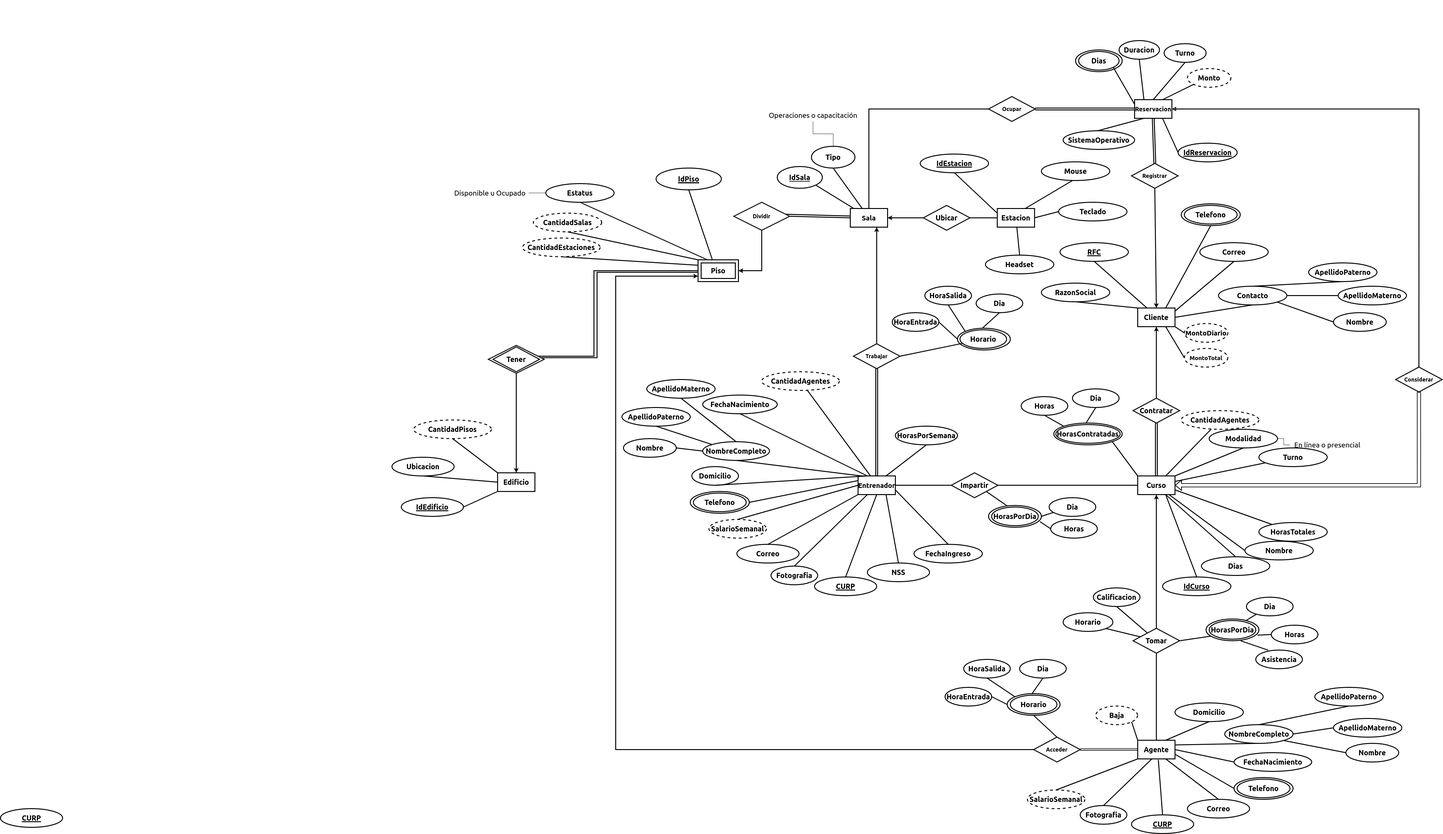
Earlier version of the draw.io export ProyectoFinal/Diagramas/ER.png (frgaray/FBD-2023-1). Source tidied: cells renumbered, new cells last; positions are measured from the earlier drawing's top-left corner, leaving out a move shared by most shapes.
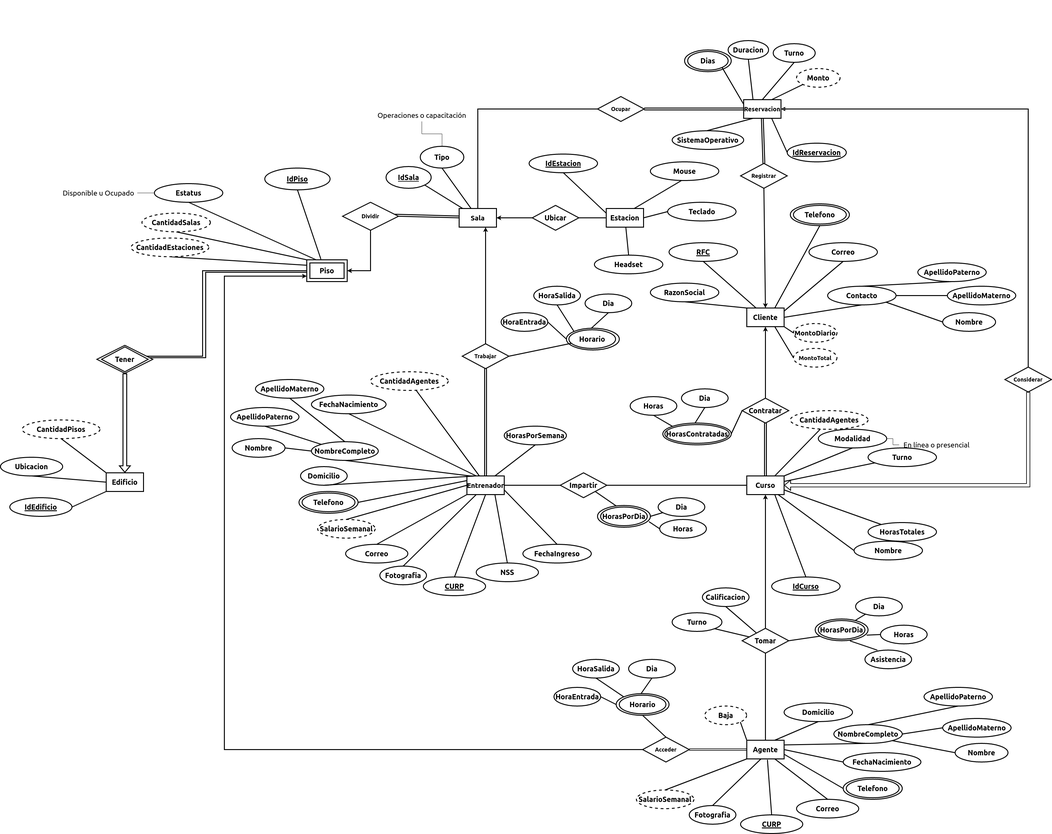
Above is the later version.

What changed in the source:
```diff
@@ -2,9 +2,6 @@
   <root>
     <mxCell id="0" />
     <mxCell id="1" parent="0" />
-    <mxCell id="2" value="&lt;u&gt;CURP&lt;/u&gt;" style="ellipse;whiteSpace=wrap;html=1;strokeWidth=3;fontSize=23;fontStyle=1;" parent="1" vertex="1">
-      <mxGeometry y="2600" width="200" height="60" as="geometry" />
-    </mxCell>
     <mxCell id="3" value="&lt;font style=&quot;font-size: 23px;&quot;&gt;Agente&lt;/font&gt;" style="rounded=0;whiteSpace=wrap;html=1;strokeWidth=3;fontStyle=1;" parent="1" vertex="1">
       <mxGeometry x="3660" y="2380" width="120" height="60" as="geometry" />
     </mxCell>
@@ -150,7 +147,7 @@
     <mxCell id="46" value="FechaNacimiento" style="ellipse;whiteSpace=wrap;html=1;strokeWidth=3;fontSize=23;fontStyle=1;" parent="1" vertex="1">
       <mxGeometry x="3970" y="2420" width="250" height="60" as="geometry" />
     </mxCell>
-    <mxCell id="47" value="Horario" style="ellipse;whiteSpace=wrap;html=1;strokeWidth=3;fontSize=23;fontStyle=1;" parent="1" vertex="1">
+    <mxCell id="47" value="Turno" style="ellipse;whiteSpace=wrap;html=1;strokeWidth=3;fontSize=23;fontStyle=1;" parent="1" vertex="1">
       <mxGeometry x="3420" y="1970" width="160" height="60" as="geometry" />
     </mxCell>
     <mxCell id="48" value="Correo" style="ellipse;whiteSpace=wrap;html=1;strokeWidth=3;fontSize=23;fontStyle=1;" parent="1" vertex="1">
@@ -210,7 +207,7 @@
     <mxCell id="66" value="&lt;span style=&quot;font-size: 23px;&quot;&gt;Tener&lt;/span&gt;" style="rhombus;whiteSpace=wrap;html=1;strokeWidth=3;fontSize=18;fontStyle=1;" parent="1" vertex="1">
       <mxGeometry x="1570" y="1110" width="180" height="90" as="geometry" />
     </mxCell>
-    <mxCell id="67" style="endArrow=classic;html=1;rounded=0;strokeWidth=3;fontSize=23;exitX=0.5;exitY=1;exitDx=0;exitDy=0;edgeStyle=orthogonalEdgeStyle;elbow=vertical;fontStyle=1;entryX=0.5;entryY=0;entryDx=0;entryDy=0;" parent="1" edge="1" source="66" target="4">
+    <mxCell id="67" style="endArrow=classic;html=1;rounded=0;strokeWidth=3;fontSize=23;exitX=0.5;exitY=1;exitDx=0;exitDy=0;edgeStyle=orthogonalEdgeStyle;elbow=vertical;fontStyle=1;entryX=0.5;entryY=0;entryDx=0;entryDy=0;shape=flexArrow;" parent="1" edge="1" source="66" target="4">
       <mxGeometry relative="1" as="geometry" />
     </mxCell>
     <mxCell id="68" value="&lt;span style=&quot;font-size: 23px;&quot;&gt;Tener&lt;/span&gt;" style="rhombus;whiteSpace=wrap;html=1;strokeWidth=3;fontSize=18;fontStyle=1;" parent="1" vertex="1">
@@ -278,9 +275,6 @@
     <mxCell id="86" value="Modalidad" style="ellipse;whiteSpace=wrap;html=1;strokeWidth=3;fontSize=23;fontStyle=1;" parent="1" vertex="1">
       <mxGeometry x="3890" y="1380" width="220" height="60" as="geometry" />
     </mxCell>
-    <mxCell id="87" value="Dias" style="ellipse;whiteSpace=wrap;html=1;strokeWidth=3;fontSize=23;fontStyle=1;" parent="1" vertex="1">
-      <mxGeometry x="3865" y="1790" width="220" height="60" as="geometry" />
-    </mxCell>
     <mxCell id="88" value="Nombre" style="ellipse;whiteSpace=wrap;html=1;strokeWidth=3;fontSize=23;fontStyle=1;" parent="1" vertex="1">
       <mxGeometry x="4005" y="1740" width="220" height="60" as="geometry" />
     </mxCell>
@@ -341,9 +335,6 @@
     <mxCell id="99" style="endArrow=none;html=1;rounded=0;strokeWidth=3;fontSize=23;elbow=vertical;exitX=1;exitY=0.5;exitDx=0;exitDy=0;entryX=0;entryY=0.5;entryDx=0;entryDy=0;fontStyle=1;" parent="1" edge="1" source="95" target="22">
       <mxGeometry relative="1" as="geometry" />
     </mxCell>
-    <mxCell id="100" style="endArrow=none;html=1;rounded=0;strokeWidth=3;fontSize=23;elbow=vertical;entryX=0.5;entryY=0;entryDx=0;entryDy=0;exitX=0.75;exitY=1;exitDx=0;exitDy=0;fontStyle=1;" parent="1" edge="1" source="7" target="87">
-      <mxGeometry relative="1" as="geometry" />
-    </mxCell>
     <mxCell id="101" value="HoraEntrada" style="ellipse;whiteSpace=wrap;html=1;strokeWidth=3;fontSize=23;fontStyle=1;" parent="1" vertex="1">
       <mxGeometry x="3040" y="2210" width="150" height="60" as="geometry" />
     </mxCell>
@@ -745,7 +736,7 @@
     <mxCell id="228" value="&amp;nbsp;" style="text;whiteSpace=wrap;html=1;" parent="1" vertex="1">
       <mxGeometry x="2440" y="650" width="40" height="40" as="geometry" />
     </mxCell>
-    <mxCell id="229" style="endArrow=none;html=1;rounded=0;strokeWidth=3;fontSize=23;elbow=vertical;exitX=0;exitY=0;exitDx=0;exitDy=0;fontStyle=1;entryX=1;entryY=1;entryDx=0;entryDy=0;" parent="1" edge="1" source="7" target="137">
+    <mxCell id="229" style="endArrow=none;html=1;rounded=0;strokeWidth=3;fontSize=23;elbow=vertical;exitX=0;exitY=0.5;exitDx=0;exitDy=0;fontStyle=1;entryX=1;entryY=0.5;entryDx=0;entryDy=0;" parent="1" edge="1" source="14" target="137">
       <mxGeometry relative="1" as="geometry" />
     </mxCell>
     <mxCell id="230" value="&amp;nbsp;" style="text;whiteSpace=wrap;html=1;" parent="1" vertex="1">
@@ -775,5 +766,8 @@
     <mxCell id="238" style="edgeStyle=orthogonalEdgeStyle;shape=flexArrow;rounded=0;jettySize=auto;html=1;exitX=1;exitY=0.5;exitDx=0;exitDy=0;entryX=0.5;entryY=1;entryDx=0;entryDy=0;fontSize=19;endArrow=none;endFill=0;startArrow=block;strokeWidth=2;" parent="1" edge="1" source="7" target="237">
       <mxGeometry relative="1" as="geometry" />
     </mxCell>
+    <mxCell id="239" value="&amp;nbsp;" style="text;whiteSpace=wrap;html=1;" parent="1" vertex="1">
+      <mxGeometry x="2320" y="780" width="40" height="40" as="geometry" />
+    </mxCell>
   </root>
 </mxGraphModel>
```
